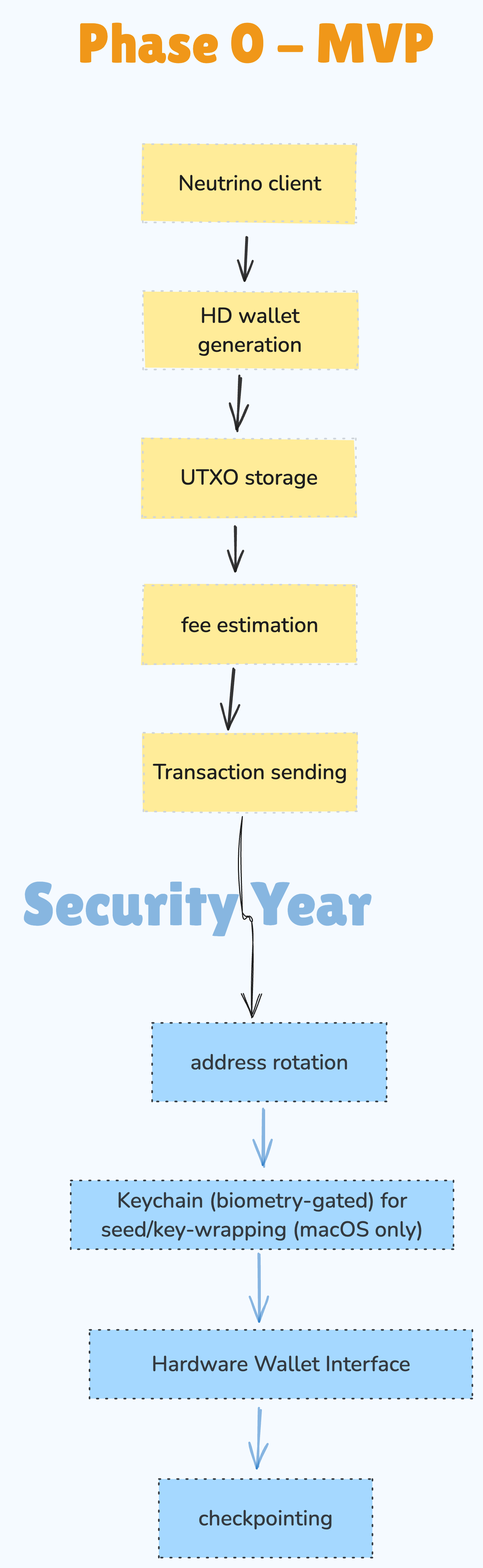
Above: roadmap.excalidraw.png in satelliondao/satellion (Excalidraw), before the change. Source tidied: one line per element, renumbered; positions are measured from the earlier drawing's top-left corner, leaving out a move shared by most shapes.
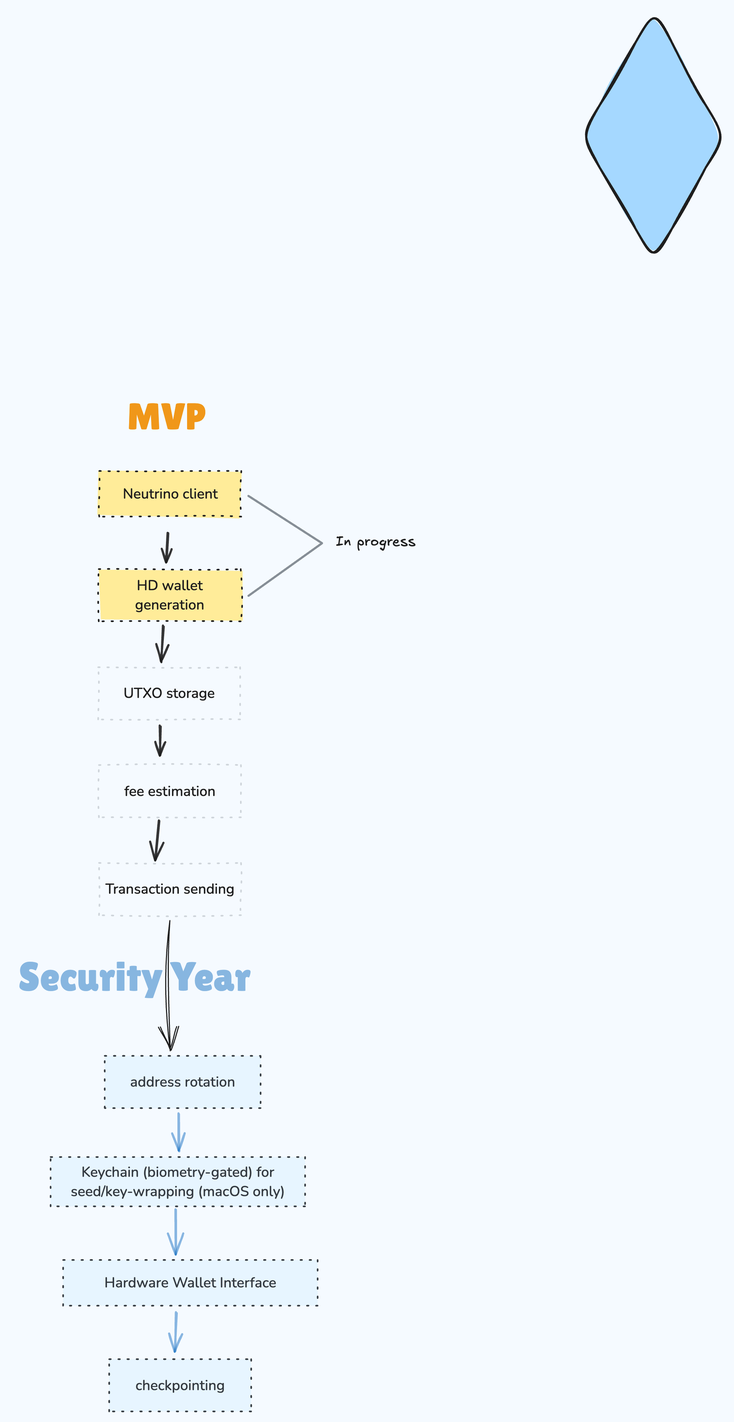
Later version of the same file.

Change to the diagram source:
```diff
@@ -1,28 +1,30 @@
-{"id": 0, "type": "text", "text": " Security Year", "strokeColor": "#1971c2", "strokeWidth": 2, "roughness": 1, "opacity": 50, "fontSize": 56.92, "fontFamily": 7, "x": 0, "y": 799, "width": 336, "height": 65}
+{"id": 0, "type": "text", "text": " Security Year", "strokeColor": "#1971c2", "strokeWidth": 2, "roughness": 1, "opacity": 50, "fontSize": 37.85, "fontFamily": 7, "x": 0, "y": 1014, "width": 224, "height": 44}
-{"id": 1, "type": "rectangle", "strokeColor": "#343a40", "backgroundColor": "#a5d8ff", "fillStyle": "solid", "strokeWidth": 1, "strokeStyle": "dotted", "roughness": 0, "x": 56, "y": 1089, "width": 357, "height": 64}
+{"id": 1, "type": "rectangle", "strokeColor": "#343a40", "backgroundColor": "#e7f5ff", "fillStyle": "solid", "strokeWidth": 1, "strokeStyle": "dotted", "roughness": 0, "x": 37, "y": 1204, "width": 237, "height": 46}
-{"id": 2, "type": "text", "text": "Keychain (biometry-gated) for\nseed/key-wrapping (macOS only)", "strokeColor": "#343a40", "strokeWidth": 2, "roughness": 1, "fontSize": 20, "fontFamily": 6, "textAlign": "center", "verticalAlign": "middle", "inside": 1, "x": 84, "y": 1094, "width": 300, "height": 54}
+{"id": 2, "type": "text", "text": "Keychain (biometry-gated) for\nseed/key-wrapping (macOS only)", "strokeColor": "#343a40", "strokeWidth": 2, "roughness": 1, "fontSize": 13.3, "fontFamily": 6, "textAlign": "center", "verticalAlign": "middle", "inside": 1, "x": 56, "y": 1209, "width": 200, "height": 36}
-{"id": 3, "type": "rectangle", "strokeColor": "#343a40", "backgroundColor": "#a5d8ff", "fillStyle": "solid", "strokeWidth": 1, "strokeStyle": "dotted", "roughness": 0, "x": 73, "y": 1229, "width": 357, "height": 64}
+{"id": 3, "type": "rectangle", "strokeColor": "#343a40", "backgroundColor": "#e7f5ff", "fillStyle": "solid", "strokeWidth": 1, "strokeStyle": "dotted", "roughness": 0, "x": 49, "y": 1300, "width": 237, "height": 43}
-{"id": 4, "type": "text", "text": "Hardware Wallet Interface", "strokeColor": "#343a40", "strokeWidth": 2, "roughness": 1, "fontSize": 20, "fontFamily": 6, "textAlign": "center", "verticalAlign": "middle", "inside": 3, "x": 131, "y": 1247, "width": 241, "height": 27}
+{"id": 4, "type": "text", "text": "Hardware Wallet Interface", "strokeColor": "#343a40", "strokeWidth": 2, "roughness": 1, "fontSize": 13.3, "fontFamily": 6, "textAlign": "center", "verticalAlign": "middle", "inside": 3, "x": 87, "y": 1312, "width": 160, "height": 18}
-{"id": 5, "type": "text", "text": "Phase 0 - MVP", "strokeColor": "#f08c00", "strokeWidth": 2, "roughness": 1, "opacity": 90, "fontSize": 52.1, "fontFamily": 7, "x": 62, "y": 0, "width": 333, "height": 60}
+{"id": 5, "type": "text", "text": "MVP", "strokeColor": "#f08c00", "strokeWidth": 2, "roughness": 1, "opacity": 90, "fontSize": 34.64, "fontFamily": 7, "x": 108, "y": 494, "width": 74, "height": 40}
-{"id": 6, "type": "rectangle", "strokeColor": "#ced4da", "backgroundColor": "#ffec99", "fillStyle": "solid", "strokeWidth": 1, "strokeStyle": "dotted", "roughness": 1, "x": 123, "y": 261, "width": 199, "height": 73}
+{"id": 6, "type": "rectangle", "strokeColor": "#1e1e1e", "backgroundColor": "#ffec99", "fillStyle": "solid", "strokeWidth": 1, "strokeStyle": "dotted", "roughness": 1, "x": 82, "y": 656, "width": 132, "height": 49}
-{"id": 7, "type": "text", "text": "HD wallet\ngeneration", "strokeColor": "#1e1e1e", "strokeWidth": 2, "roughness": 1, "fontSize": 20, "fontFamily": 6, "textAlign": "center", "verticalAlign": "middle", "inside": 6, "x": 174, "y": 271, "width": 97, "height": 54}
+{"id": 7, "type": "text", "text": "HD wallet\ngeneration", "strokeColor": "#1e1e1e", "strokeWidth": 2, "roughness": 1, "fontSize": 13.3, "fontFamily": 6, "textAlign": "center", "verticalAlign": "middle", "inside": 6, "x": 116, "y": 663, "width": 65, "height": 36}
-{"id": 8, "type": "rectangle", "strokeColor": "#ced4da", "backgroundColor": "#ffec99", "fillStyle": "solid", "strokeWidth": 1, "strokeStyle": "dotted", "roughness": 1, "x": 123, "y": 535, "width": 199, "height": 73}
+{"id": 8, "type": "rectangle", "strokeColor": "#ced4da", "strokeWidth": 1, "strokeStyle": "dotted", "roughness": 1, "x": 82, "y": 839, "width": 132, "height": 49}
-{"id": 9, "type": "text", "text": "fee estimation", "strokeColor": "#1e1e1e", "strokeWidth": 2, "roughness": 1, "fontSize": 20, "fontFamily": 6, "textAlign": "center", "verticalAlign": "middle", "inside": 8, "x": 159, "y": 559, "width": 128, "height": 27}
+{"id": 9, "type": "text", "text": "fee estimation", "strokeColor": "#1e1e1e", "strokeWidth": 2, "roughness": 1, "fontSize": 13.3, "fontFamily": 6, "textAlign": "center", "verticalAlign": "middle", "inside": 8, "x": 106, "y": 854, "width": 85, "height": 18}
-{"id": 10, "type": "rectangle", "strokeColor": "#343a40", "backgroundColor": "#a5d8ff", "fillStyle": "solid", "strokeWidth": 1, "strokeStyle": "dotted", "roughness": 0, "x": 138, "y": 1367, "width": 199, "height": 73}
+{"id": 10, "type": "rectangle", "strokeColor": "#343a40", "backgroundColor": "#e7f5ff", "fillStyle": "solid", "strokeWidth": 1, "strokeStyle": "dotted", "roughness": 0, "x": 92, "y": 1392, "width": 132, "height": 49}
-{"id": 11, "type": "text", "text": "checkpointing", "strokeColor": "#343a40", "strokeWidth": 2, "roughness": 1, "fontSize": 20, "fontFamily": 6, "textAlign": "center", "verticalAlign": "middle", "inside": 10, "x": 175, "y": 1391, "width": 125, "height": 27}
+{"id": 11, "type": "text", "text": "checkpointing", "strokeColor": "#343a40", "strokeWidth": 2, "roughness": 1, "fontSize": 13.3, "fontFamily": 6, "textAlign": "center", "verticalAlign": "middle", "inside": 10, "x": 116, "y": 1407, "width": 83, "height": 18}
-{"id": 12, "type": "rectangle", "strokeColor": "#ced4da", "backgroundColor": "#ffec99", "fillStyle": "solid", "strokeWidth": 1, "strokeStyle": "dotted", "roughness": 1, "x": 123, "y": 398, "width": 199, "height": 73}
+{"id": 12, "type": "rectangle", "strokeColor": "#ced4da", "strokeWidth": 1, "strokeStyle": "dotted", "roughness": 1, "x": 81, "y": 748, "width": 132, "height": 49}
-{"id": 13, "type": "text", "text": "UTXO storage", "strokeColor": "#1e1e1e", "strokeWidth": 2, "roughness": 1, "fontSize": 20, "fontFamily": 6, "textAlign": "center", "verticalAlign": "middle", "inside": 12, "x": 158, "y": 421, "width": 128, "height": 27}
+{"id": 13, "type": "text", "text": "UTXO storage", "strokeColor": "#1e1e1e", "strokeWidth": 2, "roughness": 1, "fontSize": 13.3, "fontFamily": 6, "textAlign": "center", "verticalAlign": "middle", "inside": 12, "x": 105, "y": 763, "width": 85, "height": 18}
-{"id": 14, "type": "rectangle", "strokeColor": "#ced4da", "backgroundColor": "#ffec99", "fillStyle": "solid", "strokeWidth": 1, "strokeStyle": "dotted", "roughness": 1, "x": 123, "y": 124, "width": 199, "height": 73}
+{"id": 14, "type": "rectangle", "strokeColor": "#1e1e1e", "backgroundColor": "#ffec99", "fillStyle": "solid", "strokeWidth": 1, "strokeStyle": "dotted", "roughness": 1, "x": 83, "y": 565, "width": 132, "height": 43}
-{"id": 15, "type": "text", "text": "Neutrino client", "strokeColor": "#1e1e1e", "backgroundColor": "#ffec99", "fillStyle": "solid", "strokeWidth": 1, "strokeStyle": "dotted", "roughness": 1, "fontSize": 20, "fontFamily": 6, "textAlign": "center", "verticalAlign": "middle", "inside": 14, "x": 156, "y": 147, "width": 133, "height": 27}
+{"id": 15, "type": "text", "text": "Neutrino client", "strokeColor": "#1e1e1e", "backgroundColor": "#ffec99", "fillStyle": "solid", "strokeWidth": 1, "strokeStyle": "dotted", "roughness": 1, "fontSize": 13.3, "fontFamily": 6, "textAlign": "center", "verticalAlign": "middle", "inside": 14, "x": 104, "y": 577, "width": 89, "height": 18}
-{"id": 16, "type": "rectangle", "strokeColor": "#ced4da", "backgroundColor": "#ffec99", "fillStyle": "solid", "strokeWidth": 1, "strokeStyle": "dotted", "roughness": 1, "x": 124, "y": 672, "width": 199, "height": 73}
+{"id": 16, "type": "rectangle", "strokeColor": "#ced4da", "strokeWidth": 1, "strokeStyle": "dotted", "roughness": 1, "x": 82, "y": 930, "width": 132, "height": 49}
-{"id": 17, "type": "text", "text": "Transaction sending", "strokeColor": "#1e1e1e", "backgroundColor": "#b2f2bb", "fillStyle": "solid", "strokeWidth": 2, "roughness": 1, "fontSize": 20, "fontFamily": 6, "textAlign": "center", "verticalAlign": "middle", "inside": 16, "x": 133, "y": 695, "width": 181, "height": 27}
+{"id": 17, "type": "text", "text": "Transaction sending", "strokeColor": "#1e1e1e", "backgroundColor": "#b2f2bb", "fillStyle": "solid", "strokeWidth": 2, "roughness": 1, "fontSize": 13.3, "fontFamily": 6, "textAlign": "center", "verticalAlign": "middle", "inside": 16, "x": 88, "y": 945, "width": 120, "height": 18}
-{"id": 18, "type": "rectangle", "strokeColor": "#343a40", "backgroundColor": "#a5d8ff", "fillStyle": "solid", "strokeWidth": 1, "strokeStyle": "dotted", "roughness": 0, "x": 132, "y": 943, "width": 218, "height": 73}
+{"id": 18, "type": "rectangle", "strokeColor": "#343a40", "backgroundColor": "#e7f5ff", "fillStyle": "solid", "strokeWidth": 1, "strokeStyle": "dotted", "roughness": 0, "x": 88, "y": 1110, "width": 145, "height": 49}
-{"id": 19, "type": "text", "text": "address rotation", "strokeColor": "#343a40", "backgroundColor": "#b2f2bb", "fillStyle": "solid", "strokeWidth": 2, "roughness": 1, "fontSize": 20, "fontFamily": 6, "textAlign": "center", "verticalAlign": "middle", "inside": 18, "x": 167, "y": 966, "width": 147, "height": 27}
+{"id": 19, "type": "text", "text": "address rotation", "strokeColor": "#343a40", "backgroundColor": "#b2f2bb", "fillStyle": "solid", "strokeWidth": 2, "roughness": 1, "fontSize": 13.3, "fontFamily": 6, "textAlign": "center", "verticalAlign": "middle", "inside": 18, "x": 111, "y": 1125, "width": 98, "height": 18}
-{"id": 20, "type": "arrow", "strokeColor": "#1e1e1e", "backgroundColor": "#b2f2bb", "fillStyle": "solid", "strokeWidth": 1, "roughness": 2, "endArrowhead": "arrow", "from": 16, "to": 18, "x": 216, "y": 750, "width": 9, "height": 188, "points": [[0, 0], [0, 94], [9, 94], [9, 188]]}
+{"id": 20, "type": "arrow", "strokeColor": "#1e1e1e", "backgroundColor": "#b2f2bb", "fillStyle": "solid", "strokeWidth": 1, "roughness": 2, "endArrowhead": "arrow", "from": 16, "to": 18, "x": 148, "y": 983, "width": 0, "height": 121, "points": [[0, 0], [0, 121]]}
-{"id": 21, "type": "arrow", "strokeColor": "#1e1e1e", "strokeWidth": 2, "roughness": 1, "opacity": 90, "endArrowhead": "arrow", "round": true, "from": 14, "to": 6, "x": 220, "y": 211, "width": 2, "height": 40, "points": [[0, 0], [-2, 40]]}
+{"id": 21, "type": "arrow", "strokeColor": "#1e1e1e", "strokeWidth": 2, "roughness": 1, "opacity": 90, "endArrowhead": "arrow", "round": true, "from": 14, "to": 6, "x": 147, "y": 623, "width": 1, "height": 27, "points": [[0, 0], [-1, 27]]}
-{"id": 22, "type": "arrow", "strokeColor": "#1e1e1e", "backgroundColor": "#b2f2bb", "fillStyle": "solid", "strokeWidth": 2, "roughness": 1, "opacity": 90, "endArrowhead": "arrow", "round": true, "from": 6, "to": 12, "x": 214, "y": 340, "width": 3, "height": 50, "points": [[0, 0], [-3, 50]]}
+{"id": 22, "type": "arrow", "strokeColor": "#1e1e1e", "backgroundColor": "#b2f2bb", "fillStyle": "solid", "strokeWidth": 2, "roughness": 1, "opacity": 90, "endArrowhead": "arrow", "round": true, "from": 6, "to": 12, "x": 142, "y": 709, "width": 2, "height": 34, "points": [[0, 0], [-2, 34]]}
-{"id": 23, "type": "arrow", "strokeColor": "#1e1e1e", "backgroundColor": "#b2f2bb", "fillStyle": "solid", "strokeWidth": 2, "roughness": 1, "opacity": 90, "endArrowhead": "arrow", "round": true, "from": 12, "to": 8, "x": 209, "y": 481, "width": 1, "height": 41, "points": [[0, 0], [1, 41]]}
+{"id": 23, "type": "arrow", "strokeColor": "#1e1e1e", "backgroundColor": "#b2f2bb", "fillStyle": "solid", "strokeWidth": 2, "roughness": 1, "opacity": 90, "endArrowhead": "arrow", "round": true, "from": 12, "to": 8, "x": 139, "y": 802, "width": 1, "height": 27, "points": [[0, 0], [1, 27]]}
-{"id": 24, "type": "arrow", "strokeColor": "#1e1e1e", "backgroundColor": "#b2f2bb", "fillStyle": "solid", "strokeWidth": 2, "roughness": 1, "opacity": 90, "endArrowhead": "arrow", "round": true, "from": 8, "to": 16, "x": 207, "y": 614, "width": 5, "height": 54, "points": [[0, 0], [-5, 54]]}
+{"id": 24, "type": "arrow", "strokeColor": "#1e1e1e", "backgroundColor": "#b2f2bb", "fillStyle": "solid", "strokeWidth": 2, "roughness": 1, "opacity": 90, "endArrowhead": "arrow", "round": true, "from": 8, "to": 16, "x": 138, "y": 891, "width": 4, "height": 36, "points": [[0, 0], [-4, 36]]}
-{"id": 25, "type": "arrow", "strokeColor": "#1971c2", "backgroundColor": "#a5d8ff", "fillStyle": "solid", "strokeWidth": 2, "roughness": 1, "opacity": 50, "endArrowhead": "arrow", "round": true, "from": 18, "to": 1, "x": 235, "y": 1024, "width": 2, "height": 52, "points": [[0, 0], [2, 52]]}
+{"id": 25, "type": "arrow", "strokeColor": "#1971c2", "backgroundColor": "#a5d8ff", "fillStyle": "solid", "strokeWidth": 2, "roughness": 1, "opacity": 50, "endArrowhead": "arrow", "round": true, "from": 18, "to": 1, "x": 156, "y": 1164, "width": 1, "height": 34, "points": [[0, 0], [1, 34]]}
-{"id": 26, "type": "arrow", "strokeColor": "#1971c2", "backgroundColor": "#a5d8ff", "fillStyle": "solid", "strokeWidth": 2, "roughness": 1, "opacity": 50, "endArrowhead": "arrow", "round": true, "from": 1, "to": 3, "x": 231, "y": 1158, "width": 0, "height": 63, "points": [[0, 0], [0, 63]]}
+{"id": 26, "type": "arrow", "strokeColor": "#1971c2", "backgroundColor": "#a5d8ff", "fillStyle": "solid", "strokeWidth": 2, "roughness": 1, "opacity": 50, "endArrowhead": "arrow", "round": true, "from": 1, "to": 3, "x": 153, "y": 1253, "width": 0, "height": 42, "points": [[0, 0], [0, 42]]}
-{"id": 27, "type": "arrow", "strokeColor": "#1971c2", "backgroundColor": "#a5d8ff", "fillStyle": "solid", "strokeWidth": 2, "roughness": 1, "opacity": 50, "endArrowhead": "arrow", "round": true, "from": 3, "to": 10, "x": 232, "y": 1302, "width": 1, "height": 54, "points": [[0, 0], [-1, 54]]}
+{"id": 27, "type": "arrow", "strokeColor": "#1971c2", "backgroundColor": "#a5d8ff", "fillStyle": "solid", "strokeWidth": 2, "roughness": 1, "opacity": 50, "endArrowhead": "arrow", "round": true, "from": 3, "to": 10, "x": 154, "y": 1349, "width": 1, "height": 36, "points": [[0, 0], [-1, 36]]}
+{"id": 28, "type": "line", "strokeColor": "#868e96", "backgroundColor": "#a5d8ff", "fillStyle": "solid", "strokeWidth": 2, "roughness": 0, "x": 221, "y": 588, "width": 69, "height": 93, "points": [[0, 0], [69, 44], [0, 93]]}
+{"id": 29, "type": "text", "text": "In progress", "strokeColor": "#1e1e1e", "backgroundColor": "#a5d8ff", "fillStyle": "solid", "strokeWidth": 2, "roughness": 1, "fontSize": 13.3, "fontFamily": 5, "x": 303, "y": 622, "width": 74, "height": 17}
```
